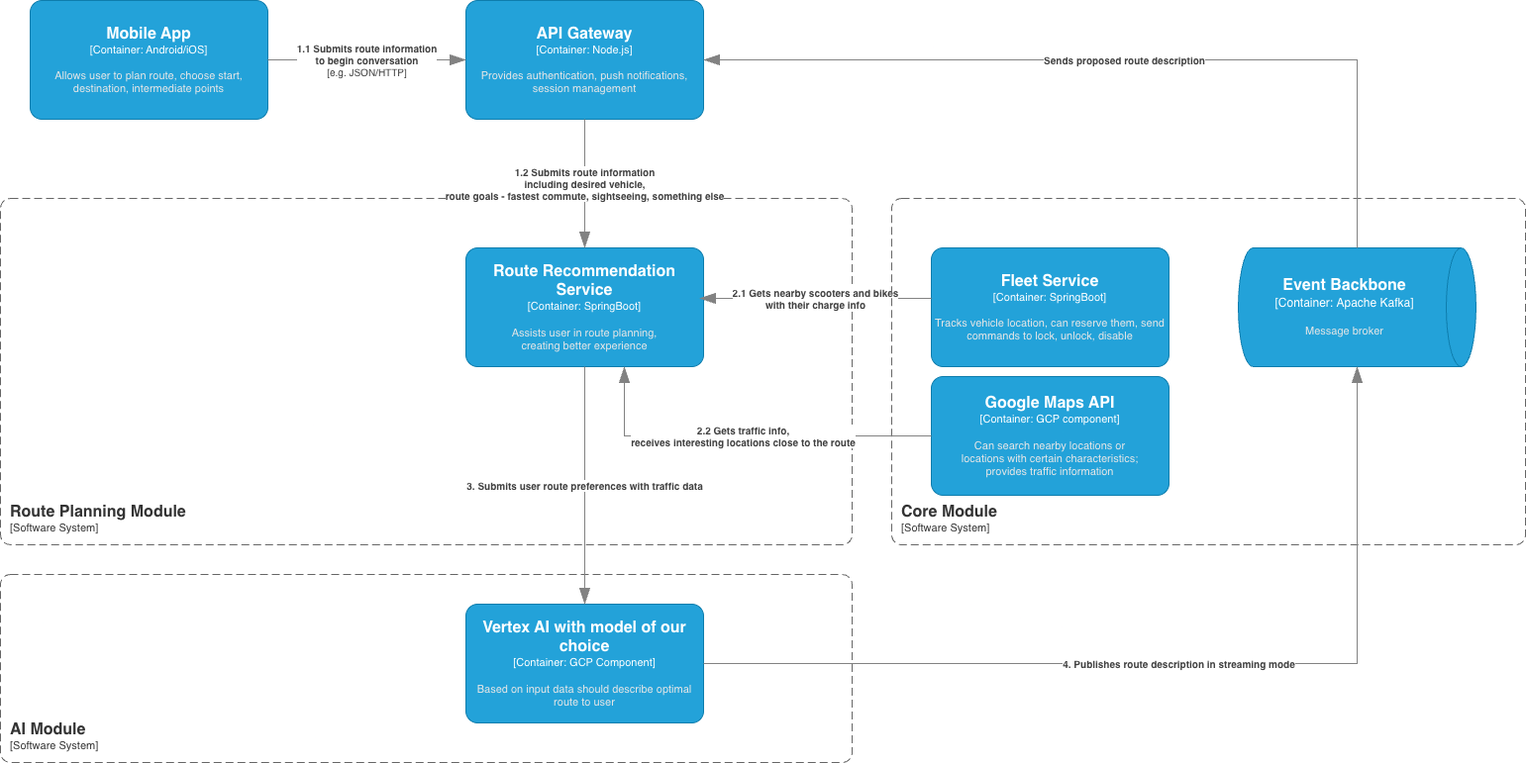
Above: hld/scenarios/route-planning/c4_containers_route_planning.drawio.png in Oleggio/five-nines-arch-katas (draw.io), before the change. Source tidied: cells renumbered, new cells last; positions are measured from the earlier drawing's top-left corner, leaving out a move shared by most shapes.
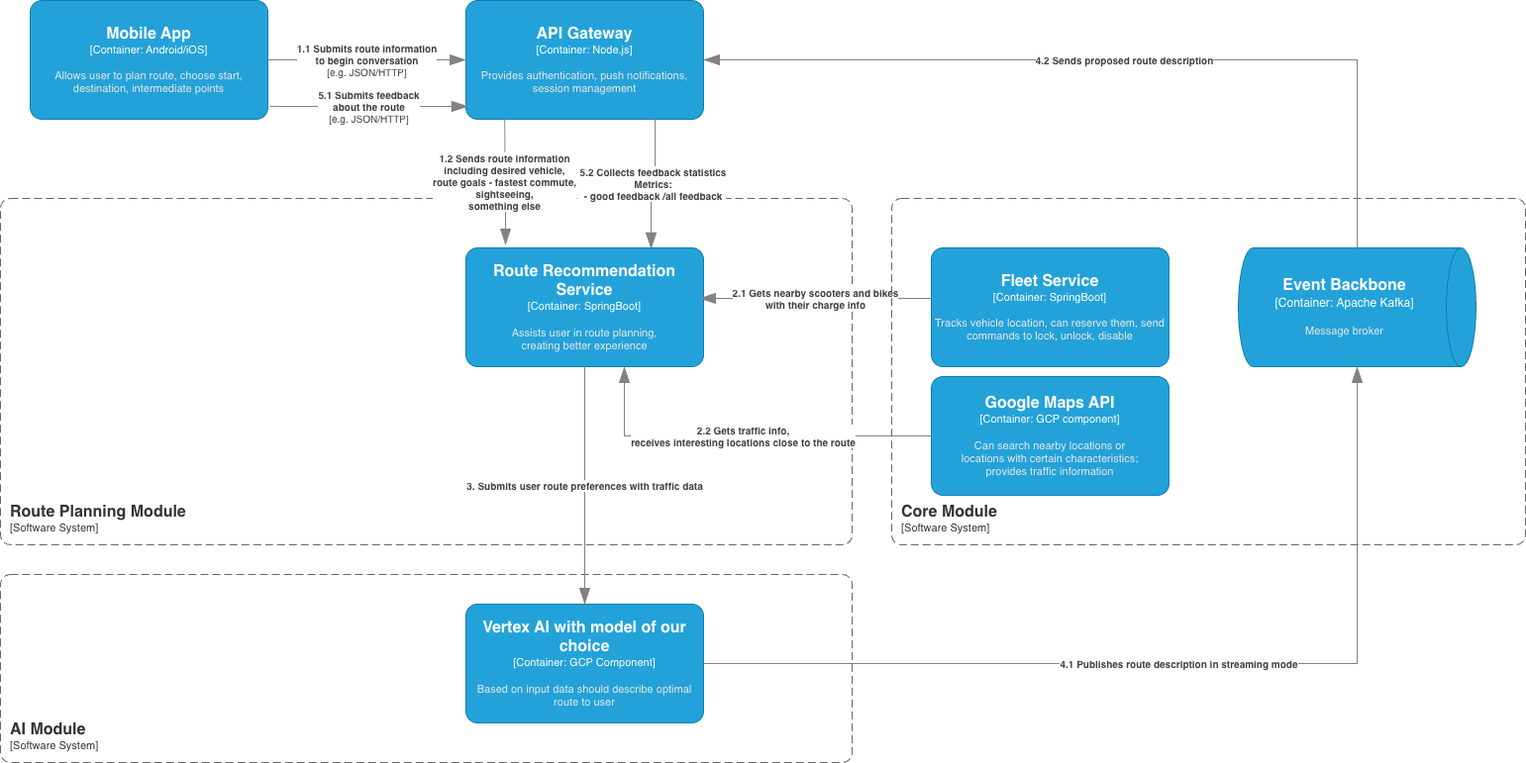
After the commit.

Commit message:
Add route feedback loop

What changed in the source:
```diff
@@ -22,8 +22,8 @@
         <mxGeometry x="470" y="250" width="240" height="120" as="geometry" />
       </mxCell>
     </object>
-    <object id="6" label="&lt;div style=&quot;text-align: left&quot;&gt;&lt;div style=&quot;text-align: center&quot;&gt;&lt;b&gt;%c4Description%&lt;/b&gt;&lt;/div&gt;" c4Description="1.2 Submits route information&#10;including desired vehicle,&#10;route goals - fastest commute, sightseeing, something else" c4Type="Relationship" placeholders="1">
-      <mxCell style="endArrow=blockThin;html=1;fontSize=10;fontColor=#404040;strokeWidth=1;endFill=1;strokeColor=#828282;elbow=vertical;endSize=14;startSize=14;jumpStyle=arc;jumpSize=16;rounded=0;edgeStyle=orthogonalEdgeStyle;exitX=0.5;exitY=1;exitDx=0;exitDy=0;exitPerimeter=0;entryX=0.5;entryY=0;entryDx=0;entryDy=0;entryPerimeter=0;" parent="1" edge="1" source="4" target="5">
+    <object id="6" label="&lt;div style=&quot;text-align: left&quot;&gt;&lt;div style=&quot;text-align: center&quot;&gt;&lt;b&gt;%c4Description%&lt;/b&gt;&lt;/div&gt;" c4Description="1.2 Sends route information&#10;including desired vehicle,&#10;route goals - fastest commute,&#10;sightseeing,&#10;something else" c4Type="Relationship" placeholders="1">
+      <mxCell style="endArrow=blockThin;html=1;fontSize=10;fontColor=#404040;strokeWidth=1;endFill=1;strokeColor=#828282;elbow=vertical;endSize=14;startSize=14;jumpStyle=arc;jumpSize=16;rounded=0;edgeStyle=orthogonalEdgeStyle;entryX=0.167;entryY=-0.025;entryDx=0;entryDy=0;entryPerimeter=0;exitX=0.163;exitY=0.983;exitDx=0;exitDy=0;exitPerimeter=0;" parent="1" edge="1" source="4" target="5">
         <mxGeometry relative="1" as="geometry" />
       </mxCell>
     </object>
@@ -67,7 +67,7 @@
         <mxGeometry relative="1" as="geometry" />
       </mxCell>
     </object>
-    <object id="15" label="&lt;div style=&quot;text-align: left&quot;&gt;&lt;div style=&quot;text-align: center&quot;&gt;&lt;b&gt;%c4Description%&lt;/b&gt;&lt;/div&gt;" c4Description="Sends proposed route description" c4Type="Relationship" placeholders="1">
+    <object id="15" label="&lt;div style=&quot;text-align: left&quot;&gt;&lt;div style=&quot;text-align: center&quot;&gt;&lt;b&gt;%c4Description%&lt;/b&gt;&lt;/div&gt;" c4Description="4.2 Sends proposed route description" c4Type="Relationship" placeholders="1">
       <mxCell style="endArrow=blockThin;html=1;fontSize=10;fontColor=#404040;strokeWidth=1;endFill=1;strokeColor=#828282;elbow=vertical;endSize=14;startSize=14;jumpStyle=arc;jumpSize=16;rounded=0;edgeStyle=orthogonalEdgeStyle;exitX=0;exitY=0.5;exitDx=0;exitDy=0;exitPerimeter=0;entryX=1;entryY=0.5;entryDx=0;entryDy=0;entryPerimeter=0;" parent="1" edge="1" source="13" target="4">
         <mxGeometry relative="1" as="geometry">
           <Array as="points">
@@ -89,10 +89,20 @@
         </mxGeometry>
       </mxCell>
     </object>
-    <object id="18" label="&lt;div style=&quot;text-align: left&quot;&gt;&lt;div style=&quot;text-align: center&quot;&gt;&lt;b&gt;%c4Description%&lt;/b&gt;&lt;/div&gt;" c4Description="4. Publishes route description in streaming mode" c4Type="Relationship" placeholders="1">
+    <object id="18" label="&lt;div style=&quot;text-align: left&quot;&gt;&lt;div style=&quot;text-align: center&quot;&gt;&lt;b&gt;%c4Description%&lt;/b&gt;&lt;/div&gt;" c4Description="4.1 Publishes route description in streaming mode" c4Type="Relationship" placeholders="1">
       <mxCell style="endArrow=blockThin;html=1;fontSize=10;fontColor=#404040;strokeWidth=1;endFill=1;strokeColor=#828282;elbow=vertical;endSize=14;startSize=14;jumpStyle=arc;jumpSize=16;rounded=0;edgeStyle=orthogonalEdgeStyle;exitX=1;exitY=0.5;exitDx=0;exitDy=0;exitPerimeter=0;entryX=1;entryY=0.5;entryDx=0;entryDy=0;entryPerimeter=0;" parent="1" edge="1" source="11" target="13">
         <mxGeometry relative="1" as="geometry" />
       </mxCell>
     </object>
+    <object id="19" label="&lt;div style=&quot;text-align: left&quot;&gt;&lt;div style=&quot;text-align: center&quot;&gt;&lt;b&gt;%c4Description%&lt;/b&gt;&lt;/div&gt;&lt;div style=&quot;text-align: center&quot;&gt;[%c4Technology%]&lt;/div&gt;&lt;/div&gt;" c4Description="5.1 Submits feedback&#10;about the route" c4Technology="e.g. JSON/HTTP" c4Type="Relationship" placeholders="1">
+      <mxCell style="endArrow=blockThin;html=1;fontSize=10;fontColor=#404040;strokeWidth=1;endFill=1;strokeColor=#828282;elbow=vertical;endSize=14;startSize=14;jumpStyle=arc;jumpSize=16;rounded=0;edgeStyle=orthogonalEdgeStyle;exitX=1.008;exitY=0.892;exitDx=0;exitDy=0;exitPerimeter=0;entryX=0.008;entryY=0.892;entryDx=0;entryDy=0;entryPerimeter=0;" parent="1" edge="1" source="2" target="4">
+        <mxGeometry relative="1" as="geometry" />
+      </mxCell>
+    </object>
+    <object id="20" label="&lt;div style=&quot;text-align: left&quot;&gt;&lt;div style=&quot;text-align: center&quot;&gt;&lt;b&gt;%c4Description%&lt;/b&gt;&lt;/div&gt;" c4Description="5.2 Collects feedback statistics&#10;Metrics:&#10;- good feedback /all feedback" c4Type="Relationship" placeholders="1">
+      <mxCell style="endArrow=blockThin;html=1;fontSize=10;fontColor=#404040;strokeWidth=1;endFill=1;strokeColor=#828282;elbow=vertical;endSize=14;startSize=14;jumpStyle=arc;jumpSize=16;rounded=0;edgeStyle=orthogonalEdgeStyle;exitX=0.796;exitY=0.983;exitDx=0;exitDy=0;exitPerimeter=0;entryX=0.779;entryY=0.008;entryDx=0;entryDy=0;entryPerimeter=0;" parent="1" edge="1" source="4" target="5">
+        <mxGeometry relative="1" as="geometry" />
+      </mxCell>
+    </object>
   </root>
 </mxGraphModel>
```
